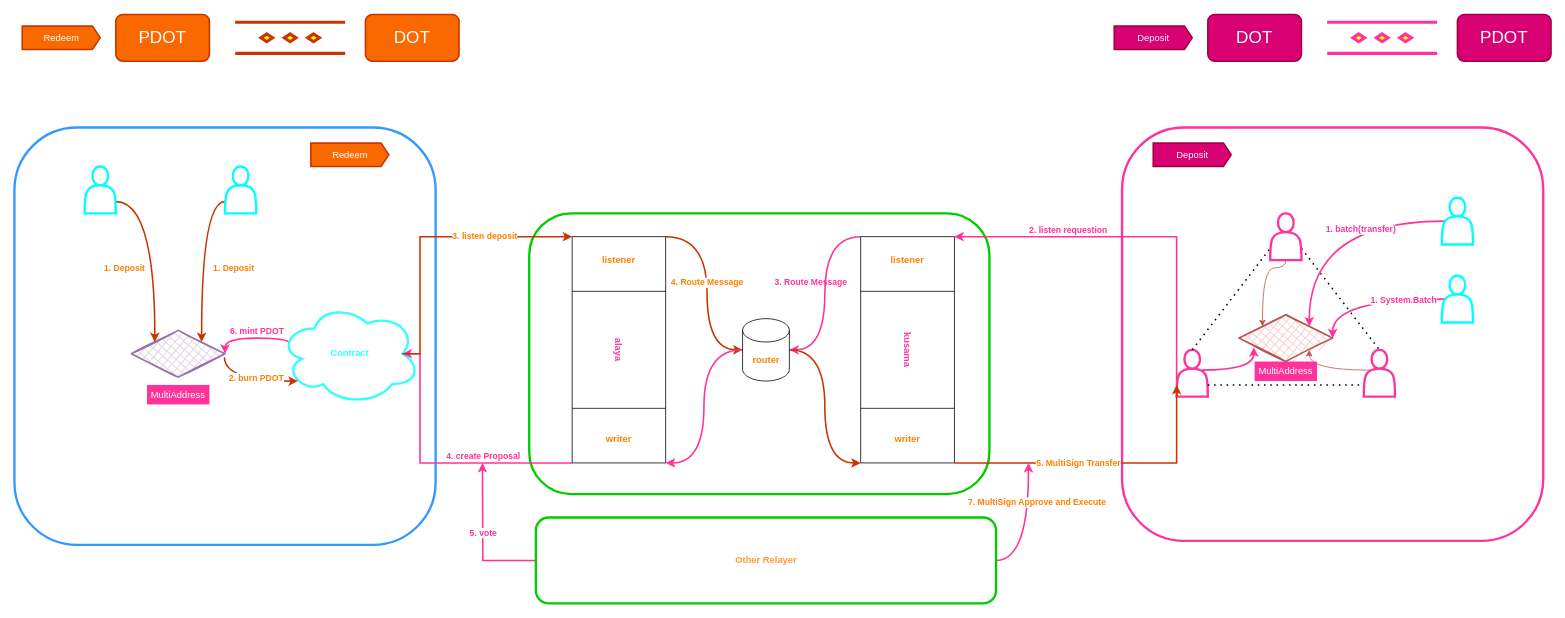
Earlier version of the draw.io diagram docs/Platdot.drawio (Platdot-network/Platdot). Source tidied: cells renumbered, new cells numbered last; positions are measured from the earlier drawing's top-left corner, leaving out a move shared by most shapes. Both pictures are drawn from the tidied source at 78%, with x=0, y=0 at pixel (14, 14).
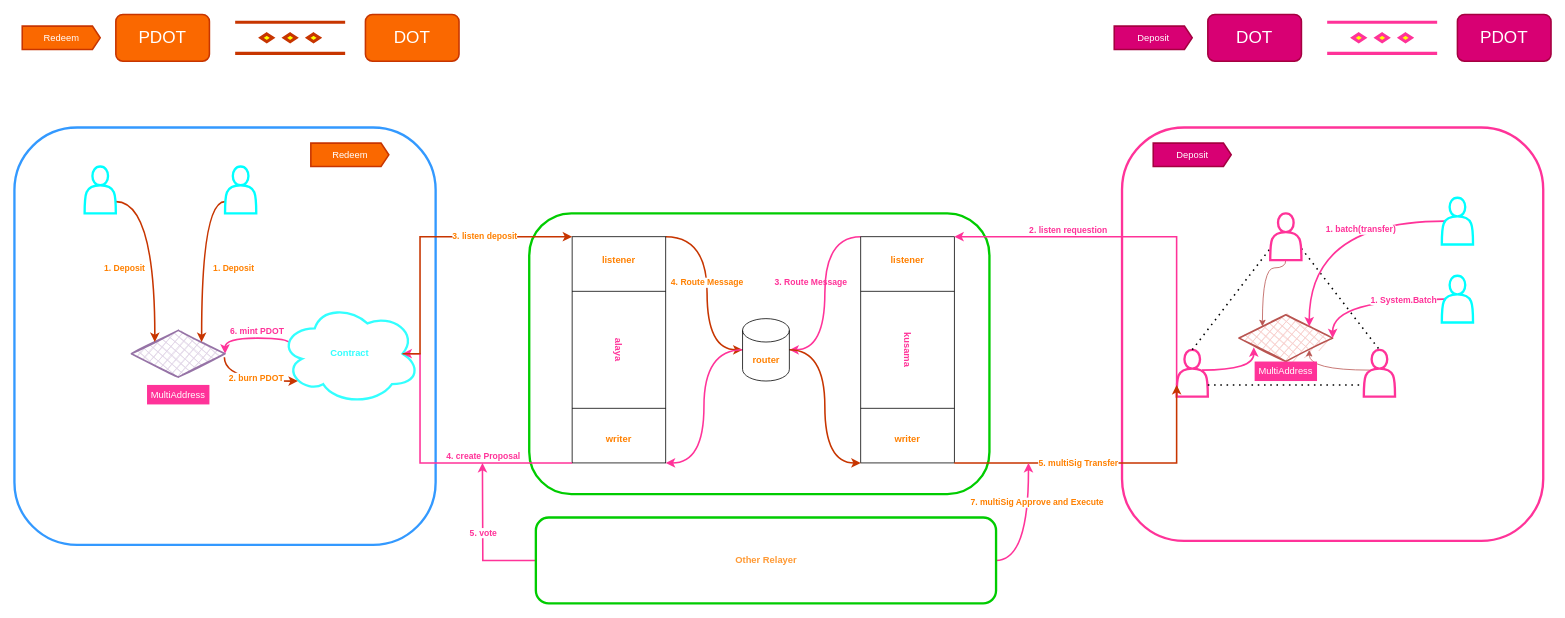
The same diagram, later.

The change refers to these unchanged cells:
```xml
<mxCell id="44" style="edgeStyle=orthogonalEdgeStyle;rounded=0;jettySize=auto;html=1;exitX=1;exitY=0;exitDx=0;exitDy=0;entryX=0;entryY=0.75;entryDx=0;entryDy=0;fillColor=#fa6800;strokeColor=#C73500;strokeWidth=2;elbow=vertical;" parent="1" edge="1" source="11" target="7">
  <mxGeometry relative="1" as="geometry">
    <Array as="points">
      <mxPoint x="1490" y="575" />
    </Array>
  </mxGeometry>
</mxCell>
<mxCell id="48" style="edgeStyle=orthogonalEdgeStyle;curved=1;rounded=0;jettySize=auto;html=1;exitX=1;exitY=0.5;exitDx=0;exitDy=0;strokeColor=#FF3399;strokeWidth=2;fontColor=#FF8000;fontStyle=1;" parent="1" edge="1" source="50">
  <mxGeometry relative="1" as="geometry">
    <mxPoint x="1300" y="575" as="targetPoint" />
  </mxGeometry>
</mxCell>
```

The edit, as a diff of the source:
```diff
@@
-    <mxCell id="45" value="5. MultiSign Transfer" style="edgeLabel;html=1;align=center;verticalAlign=middle;fontColor=#FF8000;fontStyle=1;" parent="44" vertex="1">
+    <mxCell id="45" value="5. multiSig Transfer" style="edgeLabel;html=1;align=center;verticalAlign=middle;fontColor=#FF8000;fontStyle=1;" parent="44" vertex="1">
       <mxGeometry x="-0.18" y="1" relative="1" as="geometry" />
     </mxCell>
@@
-    <mxCell id="49" value="7. MultiSign Approve and Execute" style="edgeLabel;html=1;align=center;verticalAlign=middle;fontColor=#FF8000;fontStyle=1;" parent="48" vertex="1">
+    <mxCell id="49" value="7. multiSig Approve and Execute" style="edgeLabel;html=1;align=center;verticalAlign=middle;fontColor=#FF8000;fontStyle=1;" parent="48" vertex="1">
       <mxGeometry x="0.01" y="8" relative="1" as="geometry">
         <mxPoint x="18" y="-32.2" as="offset" />
       </mxGeometry>
     </mxCell>
```
